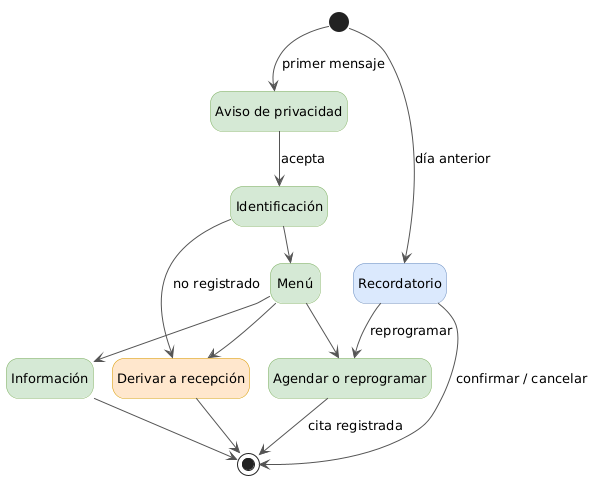
JaviFiallos/bachelor-latex-thesis keeps this PlantUML diagram as diagramas/plantuml/estados_conversacion.png. Above is the earlier version. Its source is kept beside it as diagramas/plantuml/estados_conversacion.puml.
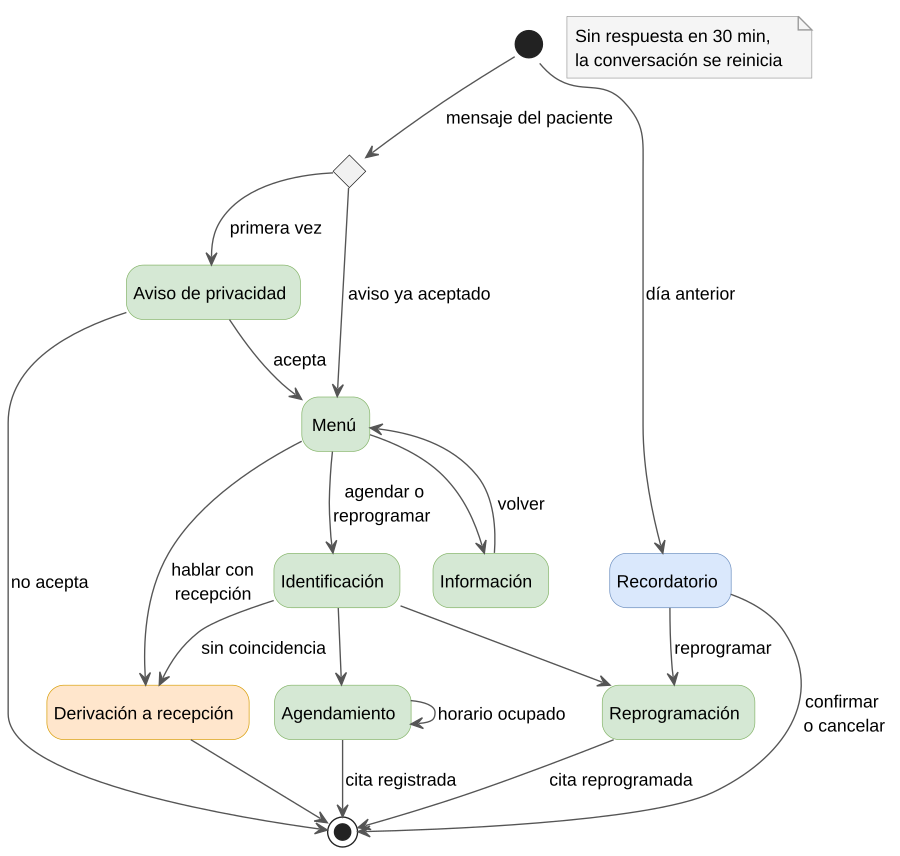
After the change.

Commit message:
Se rediseña la arquitectura del agente conversacional y se ajusta la máquina de estados en PlantUML

The edit, as a diff of the source:
```diff
@@ -14,28 +14,43 @@
   BackgroundColor<<recordatorio>> #DAE8FC
   BorderColor<<recordatorio>> #6C8EBF
 }
+skinparam note {
+  BackgroundColor #F5F5F5
+  BorderColor #999999
+}
 hide empty description
 hide stereotype
 
+state aceptado <<choice>>
 state "Aviso de privacidad" as Aviso
-state "Identificación" as Identificacion
 state "Menú" as Menu
 state "Información" as Informacion
-state "Agendar o reprogramar" as Cita
+state "Identificación" as Identificacion
+state "Agendamiento" as Agendar
+state "Reprogramación" as Reprogramar
 state "Recordatorio" as Recordatorio <<recordatorio>>
-state "Derivar a recepción" as Derivar <<derivar>>
+state "Derivación a recepción" as Derivar <<derivar>>
 
-[*] --> Aviso : primer mensaje
+[*] --> aceptado : mensaje del paciente
+aceptado --> Menu : aviso ya aceptado
+aceptado --> Aviso : primera vez
+Aviso --> Menu : acepta
+Aviso --> [*] : no acepta
+Menu --> Informacion
+Informacion --> Menu : volver
+Menu --> Identificacion : agendar o\nreprogramar
+Menu --> Derivar : hablar con\nrecepción
+Identificacion --> Agendar
+Identificacion --> Reprogramar
+Identificacion --> Derivar : sin coincidencia
+Agendar --> Agendar : horario ocupado
+Agendar --> [*] : cita registrada
+Reprogramar --> [*] : cita reprogramada
+Derivar --> [*]
+
 [*] --> Recordatorio : día anterior
-Aviso --> Identificacion : acepta
-Identificacion --> Menu
-Menu --> Informacion
-Menu --> Cita
-Menu --> Derivar
-Cita --> [*] : cita registrada
-Informacion --> [*]
-Derivar --> [*]
-Recordatorio --> Cita : reprogramar
-Recordatorio --> [*] : confirmar / cancelar
-Identificacion --> Derivar : no registrado
+Recordatorio --> [*] : confirmar\no cancelar
+Recordatorio --> Reprogramar : reprogramar
+
+note "Sin respuesta en 30 min,\nla conversación se reinicia" as N1
 @enduml
```
